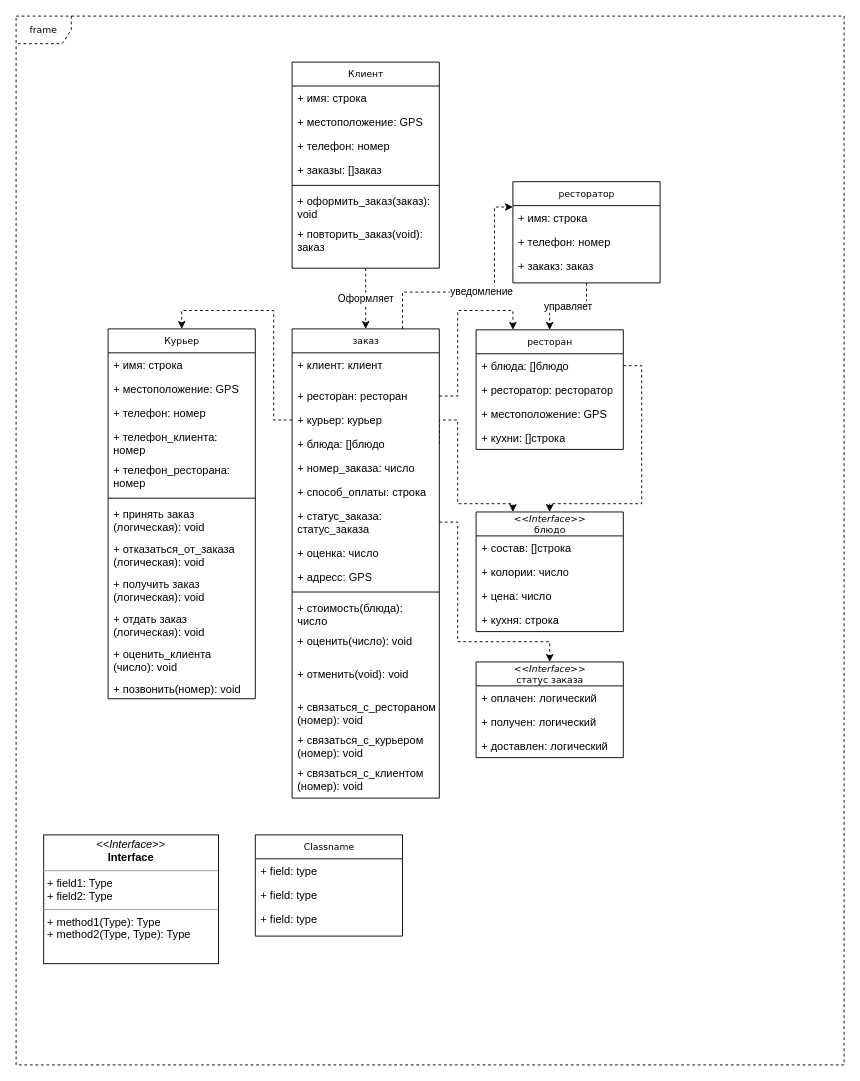
Above: Classes.drawio in randomunrandom/PI (draw.io), before the change. Source tidied: cells renumbered, new cells numbered last; positions are measured from the earlier drawing's top-left corner, leaving out a move shared by most shapes. Both pictures are drawn from the tidied source at 92%, with x=0, y=0 at pixel (16, 16).
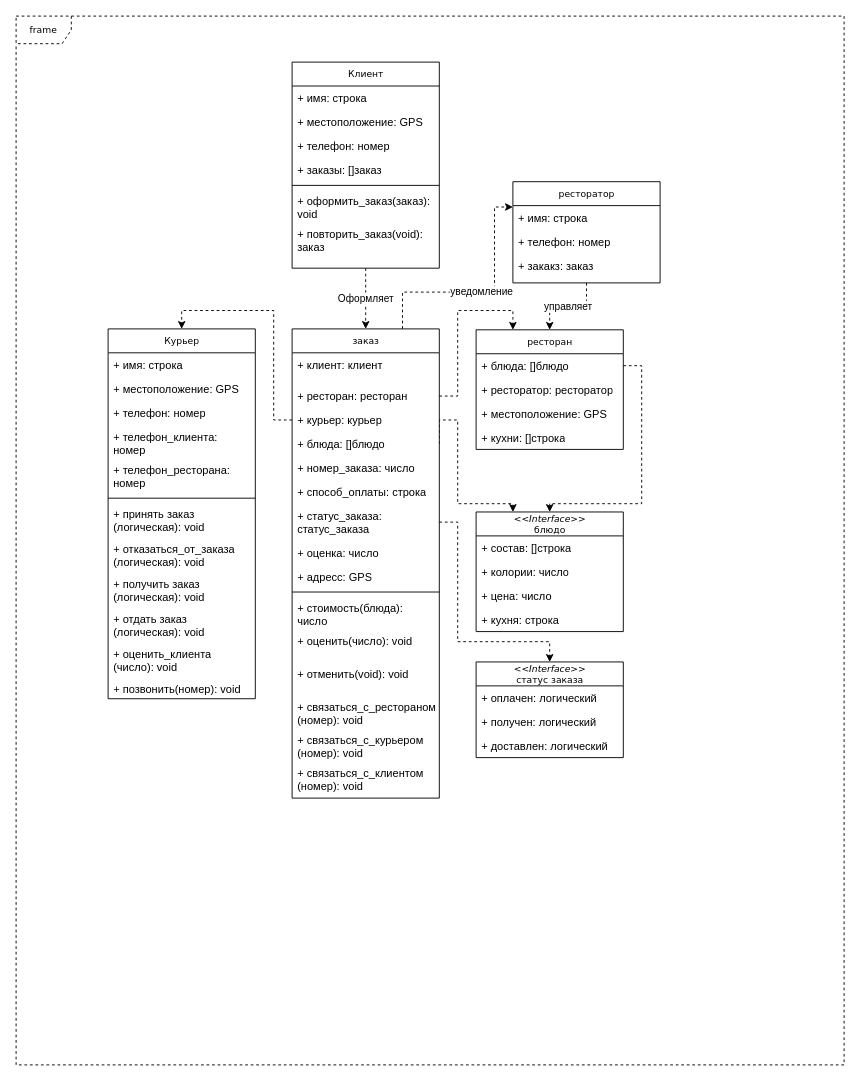
The same diagram, later.

What changed in the source:
```diff
@@
-    <mxCell id="3" value="Classname" style="swimlane;html=1;fontStyle=0;horizontal=1;startSize=26;fillColor=none;swimlaneFillColor=#ffffff;rounded=0;shadow=0;comic=0;labelBackgroundColor=none;strokeColor=#000000;strokeWidth=1;fontFamily=Verdana;fontSize=10;fontColor=#000000;align=center;" parent="1" vertex="1">
-      <mxGeometry x="260" y="890" width="160" height="110" as="geometry" />
-    </mxCell>
-    <mxCell id="4" value="+ field: type" style="text;html=1;strokeColor=none;fillColor=none;align=left;verticalAlign=top;spacingLeft=4;spacingRight=4;whiteSpace=wrap;overflow=hidden;" parent="3" vertex="1">
-      <mxGeometry y="26" width="160" height="26" as="geometry" />
-    </mxCell>
-    <mxCell id="5" value="+ field: type" style="text;html=1;strokeColor=none;fillColor=none;align=left;verticalAlign=top;spacingLeft=4;spacingRight=4;whiteSpace=wrap;overflow=hidden;" parent="3" vertex="1">
-      <mxGeometry y="52" width="160" height="26" as="geometry" />
-    </mxCell>
-    <mxCell id="6" value="+ field: type" style="text;html=1;strokeColor=none;fillColor=none;align=left;verticalAlign=top;spacingLeft=4;spacingRight=4;whiteSpace=wrap;overflow=hidden;" parent="3" vertex="1">
-      <mxGeometry y="78" width="160" height="26" as="geometry" />
-    </mxCell>
-    <mxCell id="7" value="&lt;p style=&quot;margin:0px;margin-top:4px;text-align:center;&quot;&gt;&lt;i&gt;&amp;lt;&amp;lt;Interface&amp;gt;&amp;gt;&lt;/i&gt;&lt;br/&gt;&lt;b&gt;Interface&lt;/b&gt;&lt;/p&gt;&lt;hr size=&quot;1&quot;/&gt;&lt;p style=&quot;margin:0px;margin-left:4px;&quot;&gt;+ field1: Type&lt;br/&gt;+ field2: Type&lt;/p&gt;&lt;hr size=&quot;1&quot;/&gt;&lt;p style=&quot;margin:0px;margin-left:4px;&quot;&gt;+ method1(Type): Type&lt;br/&gt;+ method2(Type, Type): Type&lt;/p&gt;" style="verticalAlign=top;align=left;overflow=fill;fontSize=12;fontFamily=Helvetica;html=1;rounded=0;shadow=0;comic=0;labelBackgroundColor=none;strokeColor=#000000;strokeWidth=1;fillColor=#ffffff;" parent="1" vertex="1">
-      <mxGeometry x="30" y="890" width="190" height="140" as="geometry" />
-    </mxCell>
```
